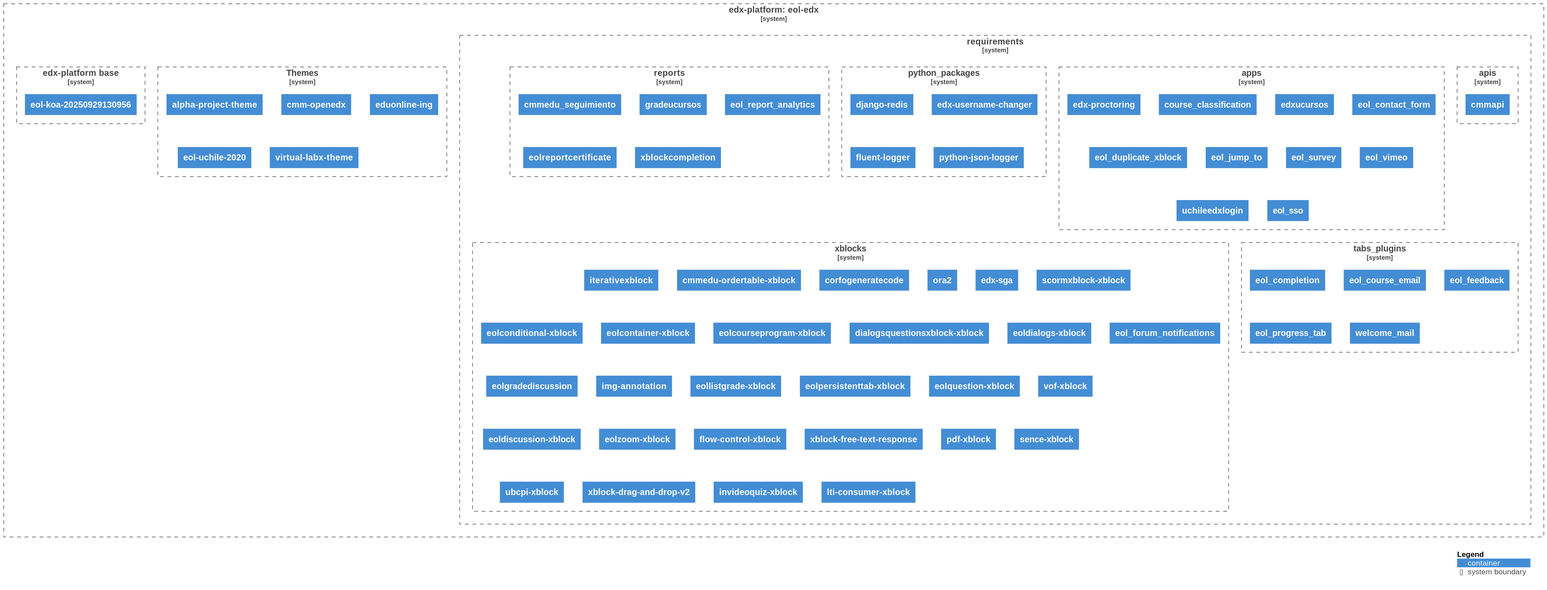
The PlantUML diagram diagrams/diagram.svg in eol-uchile/eol-edx, before a commit. Its diagram source:
```plantuml
@startuml
!define C4Container https://raw.githubusercontent.com/plantuml-stdlib/C4-PlantUML/master/C4_Container.puml
!include C4Container

skinparam svgLinkTarget foo

System_Boundary(c1, "edx-platform: eol-edx", $link="https://github.com/eol-uchile/eol-edx") {
    System_Boundary(c2, "requirements", $link="https://github.com/eol-uchile/eol-edx/blob/eol-release/koa/requirements/") {

            System_Boundary(apis, "apis", $link="https://github.com/eol-uchile/eol-edx/blob/eol-release/koa/requirements/apis.txt") {

                Container(apis1, "cmmapi", $link="https://github.com/eol-uchile/CMM-API/commit/03c52a7087341288f01aa3fe130c6d3f0e34cade")

            }

            System_Boundary(apps, "apps", $link="https://github.com/eol-uchile/eol-edx/blob/eol-release/koa/requirements/apps.txt") {

                Container(apps1, "edx-proctoring", $link="https://github.com/openedx/edx-proctoring/releases/tag/2.6.7")

                Container(apps2, "course_classification", $link="https://github.com/eol-uchile/course_classification/releases/tag/1.5.2")

                Container(apps3, "edxucursos", $link="https://github.com/eol-uchile/edx-ucursos/releases/tag/2.0.0")

                Container(apps4, "eol_contact_form", $link="https://github.com/eol-uchile/eol_contact_form/releases/tag/0.5.3")

                Container(apps5, "eol_duplicate_xblock", $link="https://github.com/eol-uchile/eol_duplicate_xblock/releases/tag/1.0.0")

                Container(apps6, "eol_jump_to", $link="https://github.com/eol-uchile/eol_jump_to/releases/tag/0.0.1")

                Container(apps7, "eol_survey", $link="https://github.com/eol-uchile/eol_survey/releases/tag/3.1.0")

                Container(apps8, "eol_vimeo", $link="https://github.com/eol-uchile/eol_vimeo/releases/tag/1.0.1")

                Container(apps9, "uchileedxlogin", $link="https://github.com/eol-uchile/uchileedxlogin/releases/tag/2.0.0")

                Container(apps10, "eol_sso", $link="https://github.com/eol-uchile/eol_sso/releases/tag/1.2.0")

            }

            System_Boundary(python_packages, "python_packages", $link="https://github.com/eol-uchile/eol-edx/blob/eol-release/koa/requirements/python_packages.txt") {

                Container(python_packages1, "django-redis")

                Container(python_packages2, "edx-username-changer", $link="https://github.com/mitodl/edx-username-changer.git/releases/tag/main")

                Container(python_packages3, "fluent-logger")

                Container(python_packages4, "python-json-logger")

            }

            System_Boundary(reports, "reports", $link="https://github.com/eol-uchile/eol-edx/blob/eol-release/koa/requirements/reports.txt") {

                Container(reports1, "cmmedu_seguimiento", $link="https://github.com/cmmedu/cmmedu-seguimiento/releases/tag/v1.1.0")

                Container(reports2, "gradeucursos", $link="https://github.com/eol-uchile/eol_grade_ucursos/releases/tag/3.0.0")

                Container(reports3, "eol_report_analytics", $link="https://github.com/eol-uchile/eol_report_analytics/releases/tag/2.1.0")

                Container(reports4, "eolreportcertificate", $link="https://github.com/eol-uchile/eol_report_certificate/releases/tag/2.1.1")

                Container(reports5, "xblockcompletion", $link="https://github.com/eol-uchile/eol_xblock_completion/releases/tag/1.1.0")

            }

            System_Boundary(tabs_plugins, "tabs_plugins", $link="https://github.com/eol-uchile/eol-edx/blob/eol-release/koa/requirements/tabs_plugins.txt") {

                Container(tabs_plugins1, "eol_completion", $link="https://github.com/eol-uchile/eol_completion/releases/tag/2.0.0")

                Container(tabs_plugins2, "eol_course_email", $link="https://github.com/eol-uchile/eol_course_email/releases/tag/0.0.1")

                Container(tabs_plugins3, "eol_feedback", $link="https://github.com/eol-uchile/eol_feedback/commit/8fb78e4a9acfe2d1d3e48c296721029ec9b7cdf1")

                Container(tabs_plugins4, "eol_progress_tab", $link="https://github.com/eol-uchile/eol_progress_tab/releases/tag/0.0.1")

                Container(tabs_plugins5, "welcome_mail", $link="https://github.com/eol-uchile/eol_welcome_mail/releases/tag/0.0.1")

            }

            System_Boundary(xblocks, "xblocks", $link="https://github.com/eol-uchile/eol-edx/blob/eol-release/koa/requirements/xblocks.txt") {

                Container(xblocks1, "iterativexblock", $link="https://github.com/cmmedu/iterative-xblock/releases/tag/v1.0.5")

                Container(xblocks2, "cmmedu-ordertable-xblock", $link="https://github.com/cmmedu/cmmedu-ordertable-xblock/releases/tag/v1.0.1")

                Container(xblocks3, "corfogeneratecode", $link="https://github.com/eol-uchile/corfo_generate_code/releases/tag/1.0.0")

                Container(xblocks4, "ora2", $link="https://github.com/eol-uchile/edx-ora2/commit/e873498bd2671b830f19a2441ec1608b7d4bbbc4")

                Container(xblocks5, "edx-sga", $link="https://github.com/eol-uchile/edx-sga/releases/tag/0.10.0+eol3.1.2")

                Container(xblocks6, "scormxblock-xblock", $link="https://github.com/eol-uchile/edx_xblock_scorm/commit/c23184c0e22a7847f0b0c917bbe431c2973770fb")

                Container(xblocks7, "eolconditional-xblock", $link="https://github.com/eol-uchile/eol-conditional-xblock/releases/tag/1.0.0")

                Container(xblocks8, "eolcontainer-xblock", $link="https://github.com/eol-uchile/eol-container-xblock/releases/tag/v1.0.0")

                Container(xblocks9, "eolcourseprogram-xblock", $link="https://github.com/eol-uchile/eol-course-program-xblock/commit/df549273a21c6b4674c6645940d7f33c4c8a2aea")

                Container(xblocks10, "dialogsquestionsxblock-xblock", $link="https://github.com/eol-uchile/eol-dialogs-question-xblock/releases/tag/v1.0.0")

                Container(xblocks11, "eoldialogs-xblock", $link="https://github.com/eol-uchile/eol-dialogs-xblock/releases/tag/1.0.0")

                Container(xblocks12, "eol_forum_notifications", $link="https://github.com/eol-uchile/eol_forum_notifications/releases/tag/1.0.3")

                Container(xblocks13, "eolgradediscussion", $link="https://github.com/eol-uchile/eol_gradeforum_xblock/releases/tag/1.0.0")

                Container(xblocks14, "img-annotation", $link="https://github.com/eol-uchile/eol_img_annotation/releases/tag/1.0.0")

                Container(xblocks15, "eollistgrade-xblock", $link="https://github.com/eol-uchile/eol_list_grade/releases/tag/1.0.0")

                Container(xblocks16, "eolpersistenttab-xblock", $link="https://github.com/eol-uchile/eol-persistent-tab-xblock/releases/tag/1.0.0")

                Container(xblocks17, "eolquestion-xblock", $link="https://github.com/eol-uchile/eol-question-xblock/releases/tag/v1.0.0")

                Container(xblocks18, "vof-xblock", $link="https://github.com/eol-uchile/eol-vof-xblock/releases/tag/v1.0.1")

                Container(xblocks19, "eoldiscussion-xblock", $link="https://github.com/eol-uchile/eol_xblock_discussion/releases/tag/1.1.1")

                Container(xblocks20, "eolzoom-xblock", $link="https://github.com/eol-uchile/eol-zoom-xblock/releases/tag/1.1.2")

                Container(xblocks21, "flow-control-xblock", $link="https://github.com/eduNEXT/flow-control-xblock/releases/tag/v1.0.1")

                Container(xblocks22, "xblock-free-text-response", $link="https://github.com/eol-uchile/free-text-response/releases/tag/0.4.0")

                Container(xblocks23, "pdf-xblock", $link="https://github.com/eol-uchile/pdfXBlock/releases/tag/v0.5.1")

                Container(xblocks24, "sence-xblock", $link="https://github.com/eol-uchile/sence-xblock/releases/tag/2.0.0")

                Container(xblocks25, "ubcpi-xblock", $link="https://github.com/eol-uchile/ubcpi/releases/tag/1.0.0")

                Container(xblocks26, "xblock-drag-and-drop-v2", $link="https://github.com/openedx/xblock-drag-and-drop-v2/releases/tag/v3.0.0")

                Container(xblocks27, "invideoquiz-xblock", $link="https://github.com/eol-uchile/xblock-in-video-quiz/commit/1555dcbd96341f19b76f915f0135f46192869796")

                Container(xblocks28, "lti-consumer-xblock", $link="https://github.com/eol-uchile/xblock-lti-consumer/commit/b1384343be9ae1a4d6de5760a3a5c1475a3024cf")

            }

    }

    System_Boundary(theme, "Themes", $link="https://github.com/eol-uchile/eol-edx/blob/eol-release/koa/themes/") {

            Container(theme1, "alpha-project-theme", $link="https://github.com/eol-uchile/alpha-project-theme")

            Container(theme2, "cmm-openedx", $link="https://github.com/eol-uchile/cmm-openedx")

            Container(theme3, "eduonline-ing", $link="https://github.com/eol-uchile/eol_eduonline_ing_theme")

            Container(theme4, "eol-uchile-2020", $link="https://github.com/eol-uchile/eol-uchile-theme-2020")

            Container(theme5, "virtual-labx-theme", $link="https://github.com/eol-uchile/virtual-labx-theme.git")

    }

    System_Boundary(dockerfile, "edx-platform base", $link="https://github.com/eol-uchile/eol-edx/blob/eol-release/koa/Dockerfile") {
            Container(dk, "eol-koa-20250929130956", $link="https://ghcr.io/eol-uchile/edx-platform:eol-koa-20250929130956")
    }
}

SHOW_LEGEND()
@enduml
```
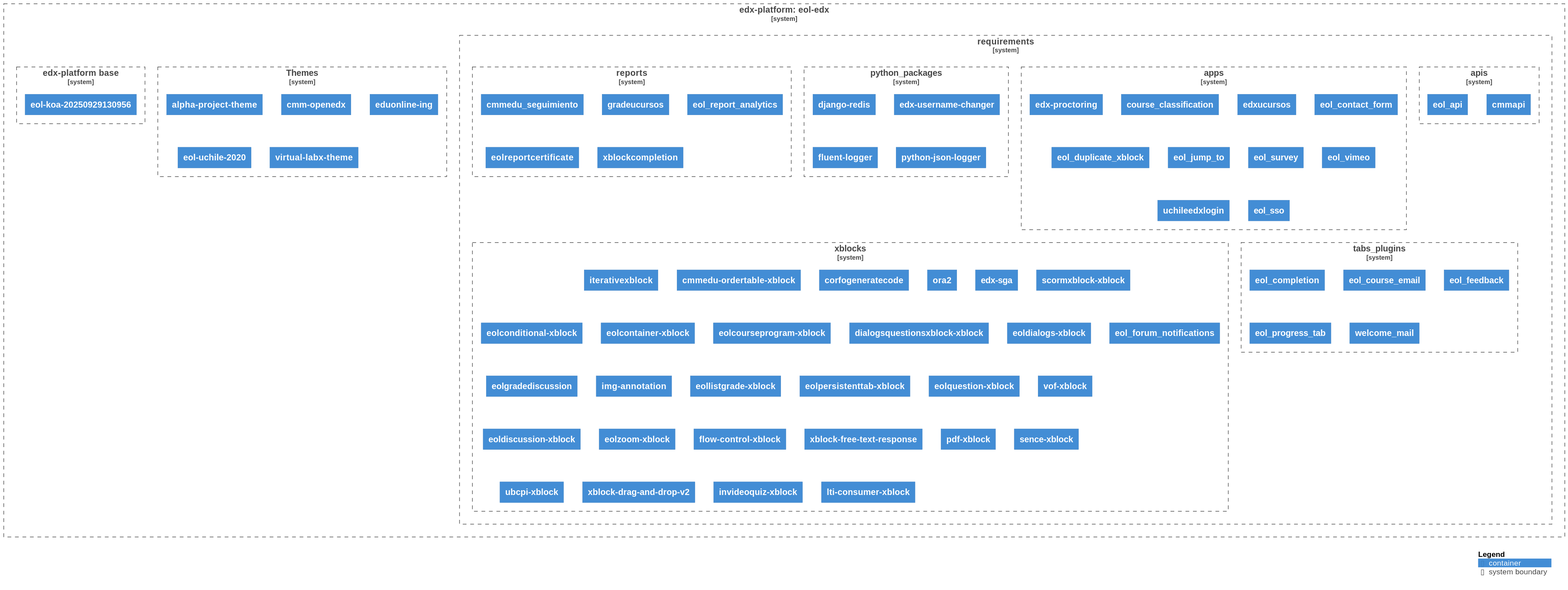
The same file after the commit.

Commit message:
chore: Auto-generate UML diagram

Change to the diagram source:
```diff
@@ -10,6 +10,8 @@
             System_Boundary(apis, "apis", $link="https://github.com/eol-uchile/eol-edx/blob/eol-release/koa/requirements/apis.txt") {
 
                 Container(apis1, "cmmapi", $link="https://github.com/eol-uchile/CMM-API/commit/03c52a7087341288f01aa3fe130c6d3f0e34cade")
+
+                Container(apis2, "eol_api", $link="https://github.com/eol-uchile/eol-api/releases/tag/1.2.0")
 
             }
 
```
